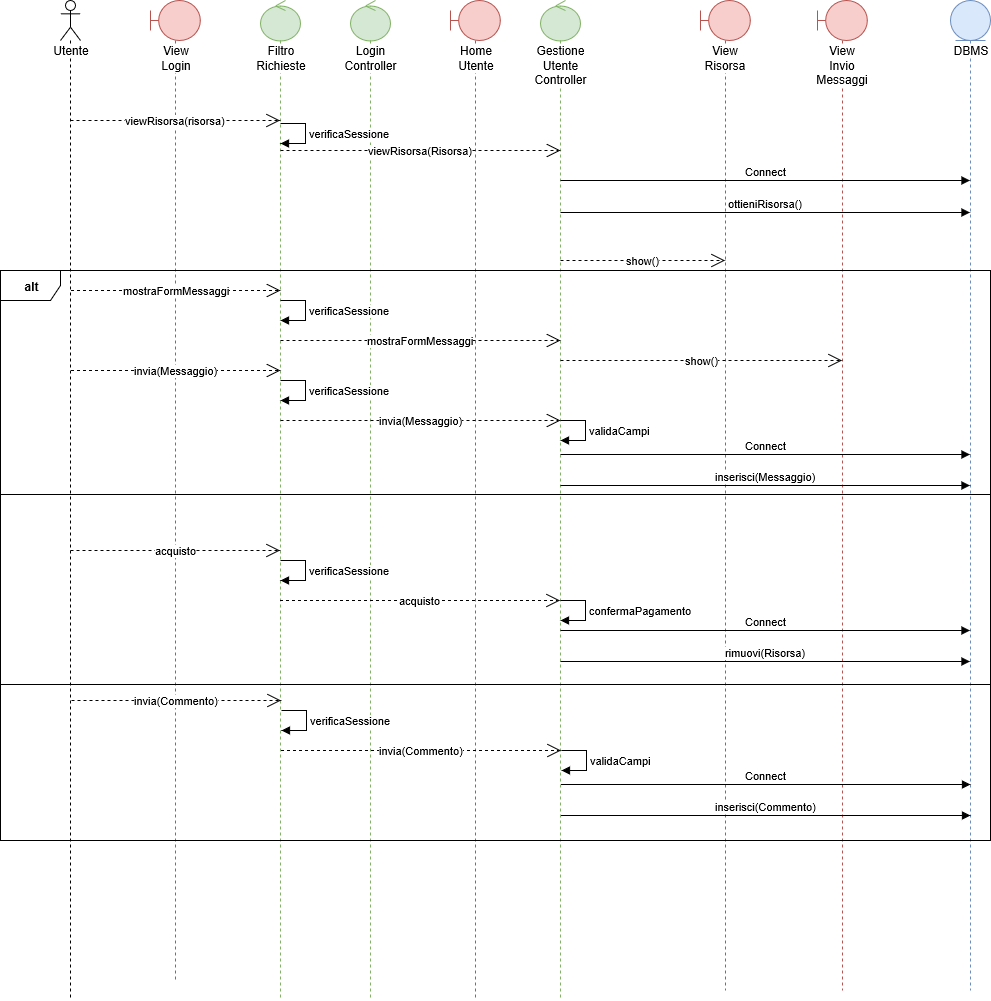
Before: Relazione quasi completa/sdRisorsa.png, a diagram exported from draw.io (SundavarBlaka/Alexandria). Source tidied: cells renumbered, new cells last; positions are measured from the earlier drawing's top-left corner, leaving out a move shared by most shapes. Its diagram source:
```xml
<mxGraphModel>
  <root>
    <mxCell id="0" />
    <mxCell id="1" parent="0" />
    <mxCell id="2" value="Utente" style="shape=umlLifeline;participant=umlActor;perimeter=lifelinePerimeter;whiteSpace=wrap;html=1;verticalAlign=top;spacingTop=36;labelBackgroundColor=#ffffff;" parent="1" vertex="1">
      <mxGeometry x="60" width="20" height="1000" as="geometry" />
    </mxCell>
    <mxCell id="3" value="View&lt;br&gt;Login&lt;br&gt;" style="shape=umlLifeline;participant=umlBoundary;perimeter=lifelinePerimeter;whiteSpace=wrap;html=1;verticalAlign=top;spacingTop=36;labelBackgroundColor=#ffffff;fillColor=#f8cecc;strokeColor=#b85450;" parent="1" vertex="1">
      <mxGeometry x="150" width="50" height="980" as="geometry" />
    </mxCell>
    <mxCell id="4" value="Filtro&lt;br&gt;Richieste&lt;br&gt;" style="shape=umlLifeline;participant=umlControl;perimeter=lifelinePerimeter;whiteSpace=wrap;html=1;verticalAlign=top;spacingTop=36;labelBackgroundColor=#ffffff;outlineConnect=0;fillColor=#d5e8d4;strokeColor=#82b366;" parent="1" vertex="1">
      <mxGeometry x="260" width="40" height="1000" as="geometry" />
    </mxCell>
    <mxCell id="5" value="Login&lt;br&gt;Controller&lt;br&gt;" style="shape=umlLifeline;participant=umlControl;perimeter=lifelinePerimeter;whiteSpace=wrap;html=1;verticalAlign=top;spacingTop=36;labelBackgroundColor=#ffffff;fillColor=#d5e8d4;strokeColor=#82b366;" parent="1" vertex="1">
      <mxGeometry x="350" width="40" height="1000" as="geometry" />
    </mxCell>
    <mxCell id="6" value="Home&lt;br&gt;Utente&lt;br&gt;" style="shape=umlLifeline;participant=umlBoundary;perimeter=lifelinePerimeter;whiteSpace=wrap;html=1;verticalAlign=top;spacingTop=36;labelBackgroundColor=#ffffff;fillColor=#f8cecc;strokeColor=#b85450;" parent="1" vertex="1">
      <mxGeometry x="450" width="50" height="1000" as="geometry" />
    </mxCell>
    <mxCell id="7" value="Gestione Utente Controller&lt;br&gt;" style="shape=umlLifeline;participant=umlControl;perimeter=lifelinePerimeter;whiteSpace=wrap;html=1;verticalAlign=top;spacingTop=36;labelBackgroundColor=#ffffff;fillColor=#d5e8d4;strokeColor=#82b366;" parent="1" vertex="1">
      <mxGeometry x="540" width="40" height="1000" as="geometry" />
    </mxCell>
    <mxCell id="8" value="viewRisorsa(risorsa)&lt;br&gt;" style="endArrow=open;endSize=12;dashed=1;html=1;" parent="1" edge="1" target="4">
      <mxGeometry relative="1" as="geometry">
        <mxPoint x="70" y="120" as="sourcePoint" />
      </mxGeometry>
    </mxCell>
    <mxCell id="9" value="viewRisorsa(Risorsa)&lt;br&gt;" style="endArrow=open;endSize=12;dashed=1;html=1;" parent="1" edge="1">
      <mxGeometry relative="1" as="geometry">
        <mxPoint x="280" y="150" as="sourcePoint" />
        <mxPoint x="560" y="150" as="targetPoint" />
      </mxGeometry>
    </mxCell>
    <mxCell id="10" value="verificaSessione&lt;br&gt;" style="edgeStyle=orthogonalEdgeStyle;html=1;align=left;spacingLeft=2;endArrow=block;rounded=0;" parent="1" edge="1">
      <mxGeometry relative="1" as="geometry">
        <mxPoint x="280" y="123" as="sourcePoint" />
        <mxPoint x="280" y="143" as="targetPoint" />
        <Array as="points">
          <mxPoint x="305" y="123" />
        </Array>
      </mxGeometry>
    </mxCell>
    <mxCell id="11" value="DBMS" style="shape=umlLifeline;participant=umlEntity;perimeter=lifelinePerimeter;whiteSpace=wrap;html=1;verticalAlign=top;spacingTop=36;labelBackgroundColor=#ffffff;outlineConnect=0;fillColor=#dae8fc;strokeColor=#6c8ebf;" parent="1" vertex="1">
      <mxGeometry x="950" width="40" height="990" as="geometry" />
    </mxCell>
    <mxCell id="12" value="View Risorsa&lt;br&gt;" style="shape=umlLifeline;participant=umlBoundary;perimeter=lifelinePerimeter;whiteSpace=wrap;html=1;verticalAlign=top;spacingTop=36;labelBackgroundColor=#ffffff;outlineConnect=0;fillColor=#f8cecc;strokeColor=#b85450;" parent="1" vertex="1">
      <mxGeometry x="700" width="50" height="990" as="geometry" />
    </mxCell>
    <mxCell id="13" value="View Invio Messaggi&lt;br&gt;" style="shape=umlLifeline;participant=umlBoundary;perimeter=lifelinePerimeter;whiteSpace=wrap;html=1;verticalAlign=top;spacingTop=36;labelBackgroundColor=#ffffff;outlineConnect=0;fillColor=#f8cecc;strokeColor=#b85450;" parent="1" vertex="1">
      <mxGeometry x="817" width="50" height="990" as="geometry" />
    </mxCell>
    <mxCell id="14" value="Connect&lt;br&gt;" style="html=1;verticalAlign=bottom;endArrow=block;" parent="1" edge="1" target="11">
      <mxGeometry relative="1" as="geometry">
        <mxPoint x="560" y="180" as="sourcePoint" />
      </mxGeometry>
    </mxCell>
    <mxCell id="15" value="ottieniRisorsa()&lt;br&gt;" style="html=1;verticalAlign=bottom;endArrow=block;" parent="1" edge="1">
      <mxGeometry relative="1" as="geometry">
        <mxPoint x="560" y="212" as="sourcePoint" />
        <mxPoint x="969.5" y="212" as="targetPoint" />
      </mxGeometry>
    </mxCell>
    <mxCell id="16" value="show()&lt;br&gt;" style="endArrow=open;endSize=12;dashed=1;html=1;" parent="1" edge="1" target="12">
      <mxGeometry relative="1" as="geometry">
        <mxPoint x="560" y="260" as="sourcePoint" />
      </mxGeometry>
    </mxCell>
    <mxCell id="17" value="mostraFormMessaggi&lt;br&gt;" style="endArrow=open;endSize=12;dashed=1;html=1;" parent="1" edge="1">
      <mxGeometry relative="1" as="geometry">
        <mxPoint x="70.5" y="290" as="sourcePoint" />
        <mxPoint x="280" y="290" as="targetPoint" />
      </mxGeometry>
    </mxCell>
    <mxCell id="18" value="verificaSessione&lt;br&gt;" style="edgeStyle=orthogonalEdgeStyle;html=1;align=left;spacingLeft=2;endArrow=block;rounded=0;" parent="1" edge="1">
      <mxGeometry relative="1" as="geometry">
        <mxPoint x="280" y="300" as="sourcePoint" />
        <mxPoint x="280" y="320" as="targetPoint" />
        <Array as="points">
          <mxPoint x="305" y="300" />
        </Array>
      </mxGeometry>
    </mxCell>
    <mxCell id="19" value="mostraFormMessaggi" style="endArrow=open;endSize=12;dashed=1;html=1;" parent="1" edge="1">
      <mxGeometry relative="1" as="geometry">
        <mxPoint x="280" y="340" as="sourcePoint" />
        <mxPoint x="560" y="340" as="targetPoint" />
      </mxGeometry>
    </mxCell>
    <mxCell id="20" value="show()&lt;br&gt;" style="endArrow=open;endSize=12;dashed=1;html=1;" parent="1" edge="1" target="13">
      <mxGeometry relative="1" as="geometry">
        <mxPoint x="560" y="360" as="sourcePoint" />
      </mxGeometry>
    </mxCell>
    <mxCell id="21" value="acquisto&lt;br&gt;" style="endArrow=open;endSize=12;dashed=1;html=1;" parent="1" edge="1">
      <mxGeometry relative="1" as="geometry">
        <mxPoint x="70" y="550" as="sourcePoint" />
        <mxPoint x="279.5" y="550" as="targetPoint" />
      </mxGeometry>
    </mxCell>
    <mxCell id="22" value="verificaSessione&lt;br&gt;" style="edgeStyle=orthogonalEdgeStyle;html=1;align=left;spacingLeft=2;endArrow=block;rounded=0;" parent="1" edge="1">
      <mxGeometry relative="1" as="geometry">
        <mxPoint x="279.5" y="560" as="sourcePoint" />
        <mxPoint x="279.5" y="580" as="targetPoint" />
        <Array as="points">
          <mxPoint x="304.5" y="560" />
        </Array>
      </mxGeometry>
    </mxCell>
    <mxCell id="23" value="acquisto&lt;br&gt;" style="endArrow=open;endSize=12;dashed=1;html=1;" parent="1" edge="1">
      <mxGeometry relative="1" as="geometry">
        <mxPoint x="279.5" y="600" as="sourcePoint" />
        <mxPoint x="559.5" y="600" as="targetPoint" />
      </mxGeometry>
    </mxCell>
    <mxCell id="24" value="invia(Messaggio)&lt;br&gt;" style="endArrow=open;endSize=12;dashed=1;html=1;" parent="1" edge="1">
      <mxGeometry relative="1" as="geometry">
        <mxPoint x="70.5" y="370" as="sourcePoint" />
        <mxPoint x="280" y="370" as="targetPoint" />
      </mxGeometry>
    </mxCell>
    <mxCell id="25" value="verificaSessione&lt;br&gt;" style="edgeStyle=orthogonalEdgeStyle;html=1;align=left;spacingLeft=2;endArrow=block;rounded=0;" parent="1" edge="1">
      <mxGeometry relative="1" as="geometry">
        <mxPoint x="280" y="380" as="sourcePoint" />
        <mxPoint x="280" y="400" as="targetPoint" />
        <Array as="points">
          <mxPoint x="305" y="380" />
        </Array>
      </mxGeometry>
    </mxCell>
    <mxCell id="26" value="invia(Messaggio)&lt;br&gt;" style="endArrow=open;endSize=12;dashed=1;html=1;" parent="1" edge="1">
      <mxGeometry relative="1" as="geometry">
        <mxPoint x="280" y="420" as="sourcePoint" />
        <mxPoint x="560" y="420" as="targetPoint" />
      </mxGeometry>
    </mxCell>
    <mxCell id="27" value="validaCampi&lt;br&gt;" style="edgeStyle=orthogonalEdgeStyle;html=1;align=left;spacingLeft=2;endArrow=block;rounded=0;" parent="1" edge="1">
      <mxGeometry relative="1" as="geometry">
        <mxPoint x="560" y="420" as="sourcePoint" />
        <mxPoint x="560" y="440" as="targetPoint" />
        <Array as="points">
          <mxPoint x="585" y="420" />
        </Array>
      </mxGeometry>
    </mxCell>
    <mxCell id="28" value="Connect&lt;br&gt;" style="html=1;verticalAlign=bottom;endArrow=block;" parent="1" edge="1">
      <mxGeometry relative="1" as="geometry">
        <mxPoint x="560" y="454" as="sourcePoint" />
        <mxPoint x="969.5" y="454" as="targetPoint" />
      </mxGeometry>
    </mxCell>
    <mxCell id="29" value="inserisci(Messaggio)&lt;br&gt;" style="html=1;verticalAlign=bottom;endArrow=block;" parent="1" edge="1">
      <mxGeometry relative="1" as="geometry">
        <mxPoint x="560" y="485" as="sourcePoint" />
        <mxPoint x="969.5" y="485" as="targetPoint" />
      </mxGeometry>
    </mxCell>
    <mxCell id="30" value="confermaPagamento&lt;br&gt;" style="edgeStyle=orthogonalEdgeStyle;html=1;align=left;spacingLeft=2;endArrow=block;rounded=0;" parent="1" edge="1">
      <mxGeometry relative="1" as="geometry">
        <mxPoint x="560" y="600" as="sourcePoint" />
        <mxPoint x="560" y="620" as="targetPoint" />
        <Array as="points">
          <mxPoint x="585" y="600" />
        </Array>
      </mxGeometry>
    </mxCell>
    <mxCell id="31" value="Connect&lt;br&gt;" style="html=1;verticalAlign=bottom;endArrow=block;" parent="1" edge="1">
      <mxGeometry relative="1" as="geometry">
        <mxPoint x="560" y="630" as="sourcePoint" />
        <mxPoint x="969.5" y="630" as="targetPoint" />
      </mxGeometry>
    </mxCell>
    <mxCell id="32" value="rimuovi(Risorsa)&lt;br&gt;" style="html=1;verticalAlign=bottom;endArrow=block;" parent="1" edge="1">
      <mxGeometry relative="1" as="geometry">
        <mxPoint x="560" y="661" as="sourcePoint" />
        <mxPoint x="969.5" y="661" as="targetPoint" />
      </mxGeometry>
    </mxCell>
    <mxCell id="33" value="invia(Commento)&lt;br&gt;" style="endArrow=open;endSize=12;dashed=1;html=1;" parent="1" edge="1">
      <mxGeometry relative="1" as="geometry">
        <mxPoint x="71" y="700" as="sourcePoint" />
        <mxPoint x="280.5" y="700" as="targetPoint" />
      </mxGeometry>
    </mxCell>
    <mxCell id="34" value="verificaSessione&lt;br&gt;" style="edgeStyle=orthogonalEdgeStyle;html=1;align=left;spacingLeft=2;endArrow=block;rounded=0;" parent="1" edge="1">
      <mxGeometry relative="1" as="geometry">
        <mxPoint x="280.5" y="710" as="sourcePoint" />
        <mxPoint x="280.5" y="730" as="targetPoint" />
        <Array as="points">
          <mxPoint x="305.5" y="710" />
        </Array>
      </mxGeometry>
    </mxCell>
    <mxCell id="35" value="invia(Commento)&lt;br&gt;" style="endArrow=open;endSize=12;dashed=1;html=1;" parent="1" edge="1">
      <mxGeometry relative="1" as="geometry">
        <mxPoint x="280.5" y="750" as="sourcePoint" />
        <mxPoint x="560.5" y="750" as="targetPoint" />
      </mxGeometry>
    </mxCell>
    <mxCell id="36" value="validaCampi&lt;br&gt;" style="edgeStyle=orthogonalEdgeStyle;html=1;align=left;spacingLeft=2;endArrow=block;rounded=0;" parent="1" edge="1">
      <mxGeometry relative="1" as="geometry">
        <mxPoint x="560.5" y="750" as="sourcePoint" />
        <mxPoint x="560.5" y="770" as="targetPoint" />
        <Array as="points">
          <mxPoint x="585.5" y="750" />
        </Array>
      </mxGeometry>
    </mxCell>
    <mxCell id="37" value="Connect&lt;br&gt;" style="html=1;verticalAlign=bottom;endArrow=block;" parent="1" edge="1">
      <mxGeometry relative="1" as="geometry">
        <mxPoint x="560.5" y="784" as="sourcePoint" />
        <mxPoint x="970" y="784" as="targetPoint" />
      </mxGeometry>
    </mxCell>
    <mxCell id="38" value="inserisci(Commento)&lt;br&gt;" style="html=1;verticalAlign=bottom;endArrow=block;" parent="1" edge="1">
      <mxGeometry relative="1" as="geometry">
        <mxPoint x="560.5" y="815" as="sourcePoint" />
        <mxPoint x="970" y="815" as="targetPoint" />
      </mxGeometry>
    </mxCell>
    <mxCell id="39" value="&lt;b&gt;alt&lt;/b&gt;&lt;br&gt;" style="shape=umlFrame;whiteSpace=wrap;html=1;" parent="1" vertex="1">
      <mxGeometry y="270" width="990" height="570" as="geometry" />
    </mxCell>
    <mxCell id="40" style="line;strokeWidth=1;fillColor=none;align=left;verticalAlign=middle;spacingTop=-1;spacingLeft=3;spacingRight=3;labelPosition=right;" parent="1" vertex="1">
      <mxGeometry y="490" width="990" height="8" as="geometry" />
    </mxCell>
    <mxCell id="41" style="line;strokeWidth=1;fillColor=none;align=left;verticalAlign=middle;spacingTop=-1;spacingLeft=3;spacingRight=3;labelPosition=right;" parent="1" vertex="1">
      <mxGeometry y="680" width="990" height="8" as="geometry" />
    </mxCell>
  </root>
</mxGraphModel>
```
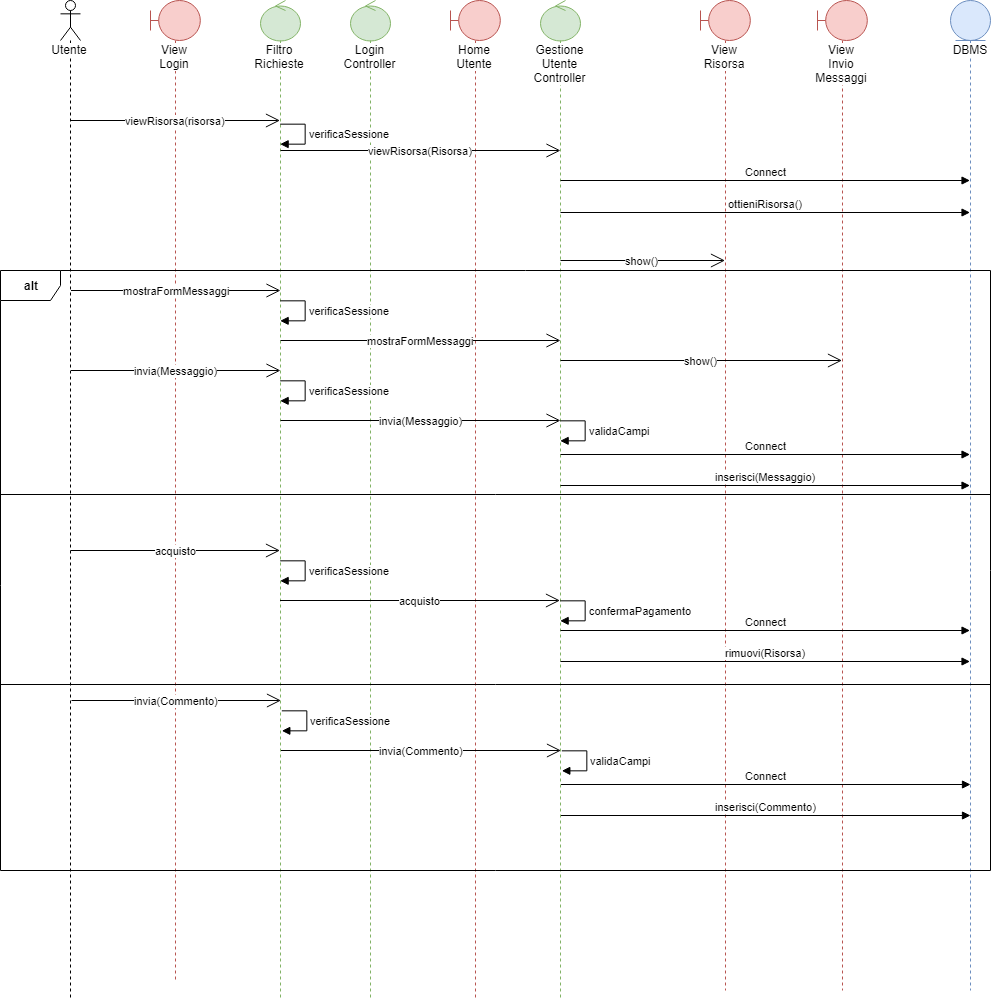
After the change.

Diff of the diagram source:
```diff
@@ -20,12 +20,12 @@
     <mxCell id="7" value="Gestione Utente Controller&lt;br&gt;" style="shape=umlLifeline;participant=umlControl;perimeter=lifelinePerimeter;whiteSpace=wrap;html=1;verticalAlign=top;spacingTop=36;labelBackgroundColor=#ffffff;fillColor=#d5e8d4;strokeColor=#82b366;" parent="1" vertex="1">
       <mxGeometry x="540" width="40" height="1000" as="geometry" />
     </mxCell>
-    <mxCell id="8" value="viewRisorsa(risorsa)&lt;br&gt;" style="endArrow=open;endSize=12;dashed=1;html=1;" parent="1" edge="1" target="4">
+    <mxCell id="8" value="viewRisorsa(risorsa)&lt;br&gt;" style="endArrow=open;endSize=12;html=1;" parent="1" edge="1" target="4">
       <mxGeometry relative="1" as="geometry">
         <mxPoint x="70" y="120" as="sourcePoint" />
       </mxGeometry>
     </mxCell>
-    <mxCell id="9" value="viewRisorsa(Risorsa)&lt;br&gt;" style="endArrow=open;endSize=12;dashed=1;html=1;" parent="1" edge="1">
+    <mxCell id="9" value="viewRisorsa(Risorsa)&lt;br&gt;" style="endArrow=open;endSize=12;html=1;" parent="1" edge="1">
       <mxGeometry relative="1" as="geometry">
         <mxPoint x="280" y="150" as="sourcePoint" />
         <mxPoint x="560" y="150" as="targetPoint" />
@@ -60,12 +60,12 @@
         <mxPoint x="969.5" y="212" as="targetPoint" />
       </mxGeometry>
     </mxCell>
-    <mxCell id="16" value="show()&lt;br&gt;" style="endArrow=open;endSize=12;dashed=1;html=1;" parent="1" edge="1" target="12">
+    <mxCell id="16" value="show()&lt;br&gt;" style="endArrow=open;endSize=12;html=1;" parent="1" edge="1" target="12">
       <mxGeometry relative="1" as="geometry">
         <mxPoint x="560" y="260" as="sourcePoint" />
       </mxGeometry>
     </mxCell>
-    <mxCell id="17" value="mostraFormMessaggi&lt;br&gt;" style="endArrow=open;endSize=12;dashed=1;html=1;" parent="1" edge="1">
+    <mxCell id="17" value="mostraFormMessaggi&lt;br&gt;" style="endArrow=open;endSize=12;html=1;" parent="1" edge="1">
       <mxGeometry relative="1" as="geometry">
         <mxPoint x="70.5" y="290" as="sourcePoint" />
         <mxPoint x="280" y="290" as="targetPoint" />
@@ -80,18 +80,18 @@
         </Array>
       </mxGeometry>
     </mxCell>
-    <mxCell id="19" value="mostraFormMessaggi" style="endArrow=open;endSize=12;dashed=1;html=1;" parent="1" edge="1">
+    <mxCell id="19" value="mostraFormMessaggi" style="endArrow=open;endSize=12;html=1;" parent="1" edge="1">
       <mxGeometry relative="1" as="geometry">
         <mxPoint x="280" y="340" as="sourcePoint" />
         <mxPoint x="560" y="340" as="targetPoint" />
       </mxGeometry>
     </mxCell>
-    <mxCell id="20" value="show()&lt;br&gt;" style="endArrow=open;endSize=12;dashed=1;html=1;" parent="1" edge="1" target="13">
+    <mxCell id="20" value="show()&lt;br&gt;" style="endArrow=open;endSize=12;html=1;" parent="1" edge="1" target="13">
       <mxGeometry relative="1" as="geometry">
         <mxPoint x="560" y="360" as="sourcePoint" />
       </mxGeometry>
     </mxCell>
-    <mxCell id="21" value="acquisto&lt;br&gt;" style="endArrow=open;endSize=12;dashed=1;html=1;" parent="1" edge="1">
+    <mxCell id="21" value="acquisto&lt;br&gt;" style="endArrow=open;endSize=12;html=1;" parent="1" edge="1">
       <mxGeometry relative="1" as="geometry">
         <mxPoint x="70" y="550" as="sourcePoint" />
         <mxPoint x="279.5" y="550" as="targetPoint" />
@@ -106,13 +106,13 @@
         </Array>
       </mxGeometry>
     </mxCell>
-    <mxCell id="23" value="acquisto&lt;br&gt;" style="endArrow=open;endSize=12;dashed=1;html=1;" parent="1" edge="1">
+    <mxCell id="23" value="acquisto&lt;br&gt;" style="endArrow=open;endSize=12;html=1;" parent="1" edge="1">
       <mxGeometry relative="1" as="geometry">
         <mxPoint x="279.5" y="600" as="sourcePoint" />
         <mxPoint x="559.5" y="600" as="targetPoint" />
       </mxGeometry>
     </mxCell>
-    <mxCell id="24" value="invia(Messaggio)&lt;br&gt;" style="endArrow=open;endSize=12;dashed=1;html=1;" parent="1" edge="1">
+    <mxCell id="24" value="invia(Messaggio)&lt;br&gt;" style="endArrow=open;endSize=12;html=1;" parent="1" edge="1">
       <mxGeometry relative="1" as="geometry">
         <mxPoint x="70.5" y="370" as="sourcePoint" />
         <mxPoint x="280" y="370" as="targetPoint" />
@@ -127,7 +127,7 @@
         </Array>
       </mxGeometry>
     </mxCell>
-    <mxCell id="26" value="invia(Messaggio)&lt;br&gt;" style="endArrow=open;endSize=12;dashed=1;html=1;" parent="1" edge="1">
+    <mxCell id="26" value="invia(Messaggio)&lt;br&gt;" style="endArrow=open;endSize=12;html=1;" parent="1" edge="1">
       <mxGeometry relative="1" as="geometry">
         <mxPoint x="280" y="420" as="sourcePoint" />
         <mxPoint x="560" y="420" as="targetPoint" />
@@ -175,7 +175,7 @@
         <mxPoint x="969.5" y="661" as="targetPoint" />
       </mxGeometry>
     </mxCell>
-    <mxCell id="33" value="invia(Commento)&lt;br&gt;" style="endArrow=open;endSize=12;dashed=1;html=1;" parent="1" edge="1">
+    <mxCell id="33" value="invia(Commento)&lt;br&gt;" style="endArrow=open;endSize=12;html=1;" parent="1" edge="1">
       <mxGeometry relative="1" as="geometry">
         <mxPoint x="71" y="700" as="sourcePoint" />
         <mxPoint x="280.5" y="700" as="targetPoint" />
@@ -190,7 +190,7 @@
         </Array>
       </mxGeometry>
     </mxCell>
-    <mxCell id="35" value="invia(Commento)&lt;br&gt;" style="endArrow=open;endSize=12;dashed=1;html=1;" parent="1" edge="1">
+    <mxCell id="35" value="invia(Commento)&lt;br&gt;" style="endArrow=open;endSize=12;html=1;" parent="1" edge="1">
       <mxGeometry relative="1" as="geometry">
         <mxPoint x="280.5" y="750" as="sourcePoint" />
         <mxPoint x="560.5" y="750" as="targetPoint" />
@@ -218,7 +218,7 @@
       </mxGeometry>
     </mxCell>
     <mxCell id="39" value="&lt;b&gt;alt&lt;/b&gt;&lt;br&gt;" style="shape=umlFrame;whiteSpace=wrap;html=1;" parent="1" vertex="1">
-      <mxGeometry y="270" width="990" height="570" as="geometry" />
+      <mxGeometry y="270" width="990" height="600" as="geometry" />
     </mxCell>
     <mxCell id="40" style="line;strokeWidth=1;fillColor=none;align=left;verticalAlign=middle;spacingTop=-1;spacingLeft=3;spacingRight=3;labelPosition=right;" parent="1" vertex="1">
       <mxGeometry y="490" width="990" height="8" as="geometry" />
```
